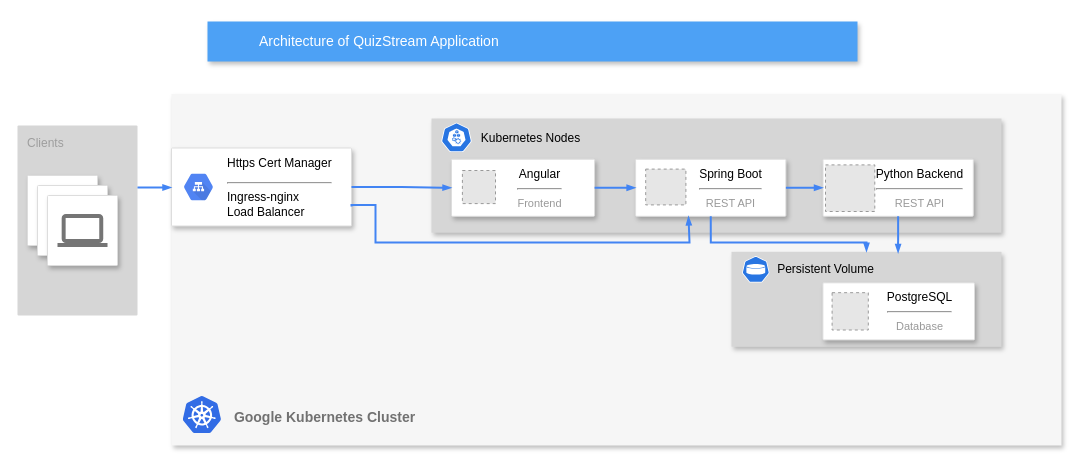
The draw.io diagram page "Page-1" (1 of 3) of architecture_diagram.drawio in AndreasX42/QuizStream, before the edit. Source tidied: cells renumbered, new cells numbered last; positions are measured from the earlier drawing's top-left corner, leaving out a move shared by most shapes. Both pictures are drawn from the tidied source at 100%, with x=0, y=0 at pixel (17, 21). Pictures stored in the file or linked from it are replaced by grey dashed boxes.
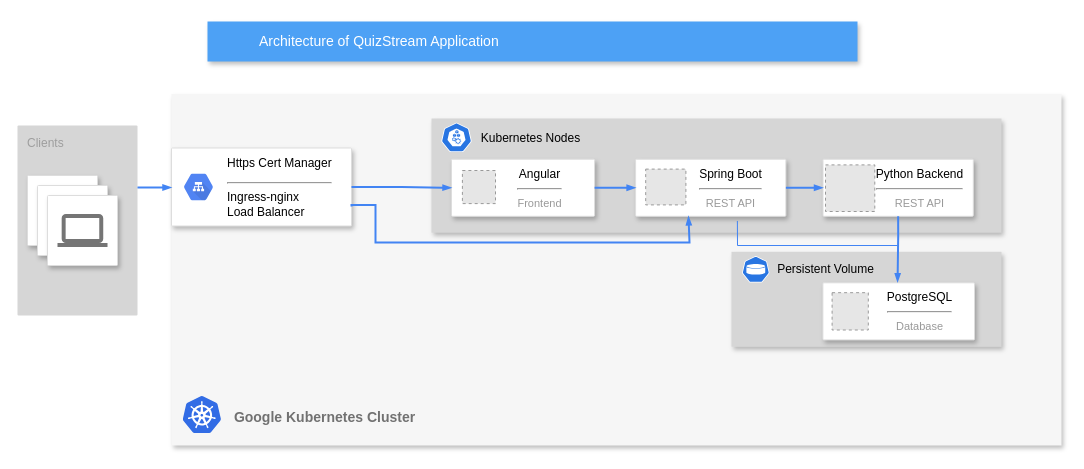
The same diagram, later.

The change refers to these unchanged cells:
```xml
<mxCell id="2" style="fillColor=#F6F6F6;strokeColor=none;shadow=1;gradientColor=none;fontSize=14;align=left;spacing=10;fontColor=#717171;9E9E9E;verticalAlign=top;spacingTop=-4;fontStyle=0;spacingLeft=40;html=1;" parent="1" vertex="1">
  <mxGeometry x="154" y="72.5" width="890" height="351.5" as="geometry" />
</mxCell>
<mxCell id="3" style="fillColor=#D6D6D6;strokeColor=none;shadow=1;gradientColor=none;fontSize=14;align=left;spacing=10;fontColor=#717171;9E9E9E;verticalAlign=top;spacingTop=-4;fontStyle=0;spacingLeft=40;html=1;" parent="2" vertex="1">
  <mxGeometry x="560" y="157.8" width="270" height="95" as="geometry" />
</mxCell>
<mxCell id="5" style="strokeColor=#dddddd;fillColor=#ffffff;shadow=1;strokeWidth=1;rounded=1;absoluteArcSize=1;arcSize=2;fontSize=11;fontColor=#9E9E9E;align=center;html=1;" parent="2" vertex="1">
  <mxGeometry y="54" width="180" height="78" as="geometry" />
</mxCell>
<mxCell id="13" style="strokeColor=#dddddd;fillColor=#ffffff;shadow=1;strokeWidth=1;rounded=1;absoluteArcSize=1;arcSize=2;fontSize=11;fontColor=#9E9E9E;align=center;html=1;" parent="2" vertex="1">
  <mxGeometry x="464.1" y="65.2" width="150.3" height="57.1" as="geometry" />
</mxCell>
<mxCell id="15" value="Spring Boot&lt;hr style=&quot;border-color: var(--border-color); color: rgb(153, 153, 153); text-align: left;&quot;&gt;&lt;font style=&quot;border-color: var(--border-color); color: rgb(153, 153, 153); text-align: left; font-size: 11px;&quot;&gt;REST API&lt;/font&gt;" style="text;html=1;align=center;verticalAlign=middle;points=[];strokeColor=none;fillColor=none;" parent="2" vertex="1">
  <mxGeometry x="514.4" y="64.2" width="90" height="60" as="geometry" />
</mxCell>
<mxCell id="17" style="strokeColor=#dddddd;fillColor=#ffffff;shadow=1;strokeWidth=1;rounded=1;absoluteArcSize=1;arcSize=2;fontSize=11;fontColor=#9E9E9E;align=center;html=1;" parent="2" vertex="1">
  <mxGeometry x="651.5" y="65.2" width="150.3" height="57.1" as="geometry" />
</mxCell>
<mxCell id="27" value="PostgreSQL&lt;hr style=&quot;border-color: var(--border-color); color: rgb(153, 153, 153); text-align: left;&quot;&gt;&lt;font style=&quot;border-color: var(--border-color); color: rgb(153, 153, 153); text-align: left; font-size: 11px;&quot;&gt;Database&lt;/font&gt;" style="text;html=1;align=center;verticalAlign=middle;points=[];strokeColor=none;fillColor=none;" parent="2" vertex="1">
  <mxGeometry x="703.3" y="187.3" width="90" height="60" as="geometry" />
</mxCell>
```

The edit, as a diff of the source:
```diff
@@
-    <mxCell id="28" style="edgeStyle=orthogonalEdgeStyle;rounded=0;elbow=vertical;html=1;labelBackgroundColor=none;startFill=1;startSize=4;endArrow=blockThin;endFill=1;endSize=4;jettySize=auto;strokeColor=#4284F3;strokeWidth=2;fontSize=12;fontColor=#000000;align=left;dashed=0;entryX=0.5;entryY=0;entryDx=0;entryDy=0;exitX=0.5;exitY=1;exitDx=0;exitDy=0;" parent="2" edge="1" source="13" target="3">
-      <mxGeometry relative="1" as="geometry">
-        <Array as="points">
-          <mxPoint x="539" y="148.4" />
-          <mxPoint x="695" y="148.4" />
-        </Array>
-      </mxGeometry>
-    </mxCell>
-    <mxCell id="29" style="rounded=0;elbow=vertical;html=1;labelBackgroundColor=none;startFill=1;startSize=4;endArrow=blockThin;endFill=1;endSize=4;jettySize=auto;strokeColor=#4284F3;strokeWidth=2;fontSize=12;fontColor=#000000;align=left;dashed=0;exitX=0.5;exitY=1;exitDx=0;exitDy=0;edgeStyle=orthogonalEdgeStyle;entryX=0.617;entryY=0.013;entryDx=0;entryDy=0;entryPerimeter=0;" parent="2" edge="1" source="17" target="3">
-      <mxGeometry relative="1" as="geometry" />
+    <mxCell id="29" style="rounded=0;elbow=vertical;html=1;labelBackgroundColor=none;startFill=1;startSize=4;endArrow=blockThin;endFill=1;endSize=4;jettySize=auto;strokeColor=#4284F3;strokeWidth=2;fontSize=12;fontColor=#000000;align=left;dashed=0;exitX=0.5;exitY=1;exitDx=0;exitDy=0;edgeStyle=orthogonalEdgeStyle;entryX=0.253;entryY=0.015;entryDx=0;entryDy=0;entryPerimeter=0;" parent="2" edge="1" source="17" target="27">
+      <mxGeometry relative="1" as="geometry">
+        <Array as="points">
+          <mxPoint x="727" y="142" />
+          <mxPoint x="726" y="142" />
+        </Array>
+      </mxGeometry>
     </mxCell>
-    <mxCell id="30" style="edgeStyle=orthogonalEdgeStyle;rounded=0;elbow=vertical;html=1;labelBackgroundColor=none;startFill=1;startSize=4;endArrow=blockThin;endFill=1;endSize=4;jettySize=auto;strokeColor=#4284F3;strokeWidth=2;fontSize=12;fontColor=#000000;align=left;dashed=0;exitX=1;exitY=0.75;exitDx=0;exitDy=0;entryX=0.352;entryY=1;entryDx=0;entryDy=0;entryPerimeter=0;" parent="2" edge="1" source="5" target="13">
+    <mxCell id="30" style="edgeStyle=orthogonalEdgeStyle;rounded=0;elbow=vertical;html=1;labelBackgroundColor=none;startFill=1;startSize=4;endArrow=blockThin;endFill=1;endSize=4;jettySize=auto;strokeColor=#4284F3;strokeWidth=2;fontSize=12;fontColor=#000000;align=left;dashed=0;exitX=1;exitY=0.75;exitDx=0;exitDy=0;entryX=0.352;entryY=1;entryDx=0;entryDy=0;entryPerimeter=0;shadow=0;" parent="2" edge="1" source="5" target="13">
       <mxGeometry relative="1" as="geometry">
         <Array as="points">
           <mxPoint x="204" y="110.9" />
           <mxPoint x="204" y="148.4" />
           <mxPoint x="518" y="148.4" />
         </Array>
       </mxGeometry>
     </mxCell>
@@
+    <mxCell id="40" style="endArrow=none;html=1;rounded=0;fillColor=#3399FF;strokeColor=#4284F3;exitX=0.572;exitY=1.046;exitDx=0;exitDy=0;exitPerimeter=0;startSize=4;endSize=4;&#10;&#10;;startSize=4;" parent="1" edge="1" source="15">
+      <mxGeometry relative="1" as="geometry">
+        <mxPoint x="880" y="224" as="targetPoint" />
+        <Array as="points">
+          <mxPoint x="720" y="224" />
+        </Array>
+      </mxGeometry>
+    </mxCell>
```
